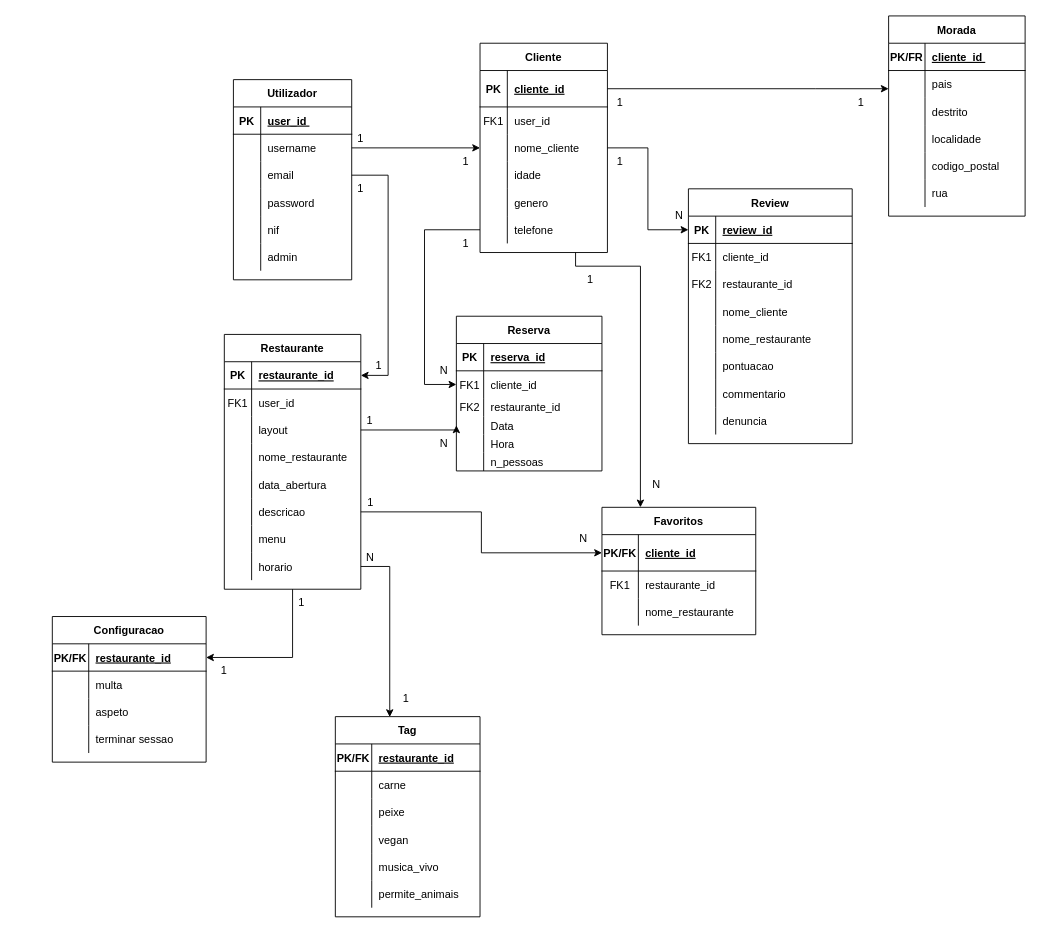
This is Diagramas/Diagrama_ER_updated.drawio from JoaoPCruz/ProjetoIntegrado, a draw.io file, before an edit. Source tidied: cells renumbered, new cells numbered last; positions are measured from the earlier drawing's top-left corner, leaving out a move shared by most shapes. Both pictures are drawn from the tidied source at 91%, with x=0, y=0 at pixel (52, 15).
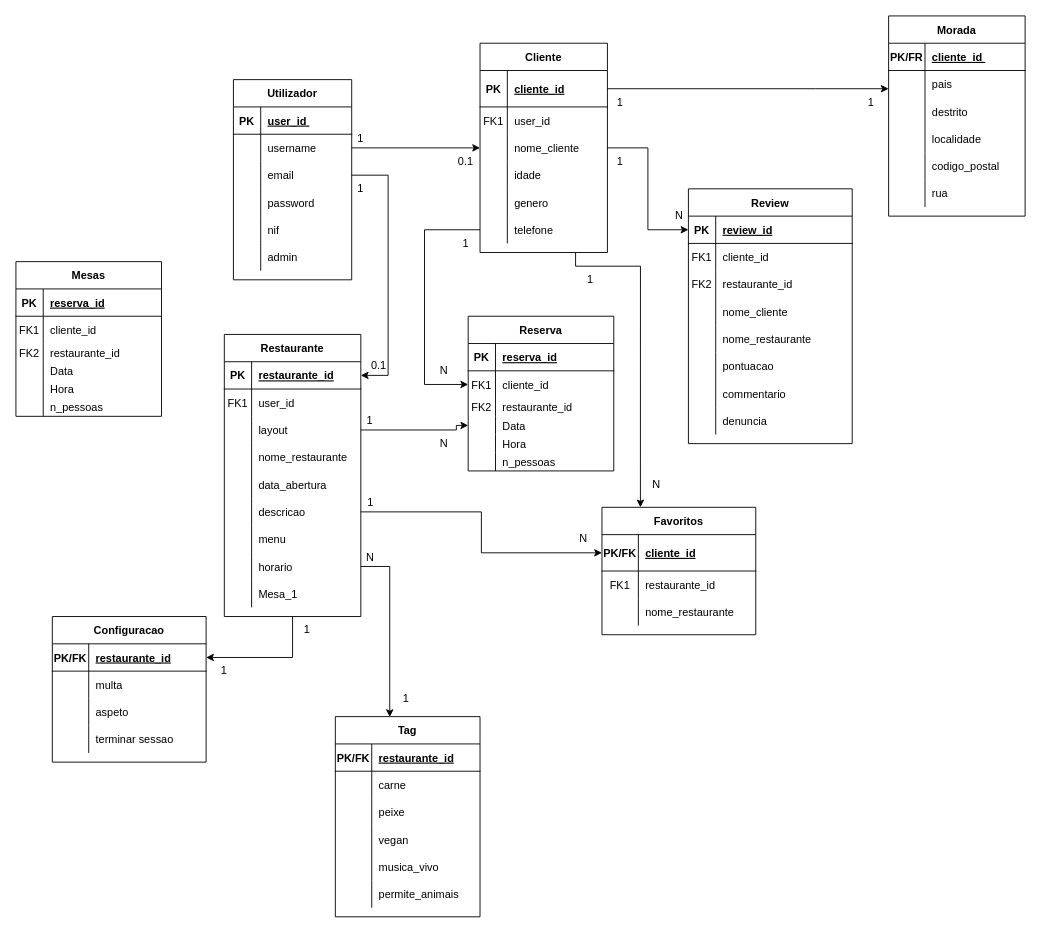
The same page after the edit.

Diff of the diagram source:
```diff
@@
     <mxCell id="2" value="1" style="text;html=1;strokeColor=none;fillColor=none;align=center;verticalAlign=middle;whiteSpace=wrap;rounded=0;" parent="1" vertex="1">
-      <mxGeometry x="859" y="80" width="60" height="30" as="geometry" />
+      <mxGeometry x="870" y="80" width="60" height="30" as="geometry" />
     </mxCell>
@@
     <mxCell id="24" value="Restaurante" style="shape=table;startSize=30;childLayout=tableLayout;rowLines=0;fontStyle=1;align=center;" parent="1" vertex="1">
-      <mxGeometry x="189" y="350" width="150" height="280" as="geometry" />
+      <mxGeometry x="189" y="350" width="150" height="310" as="geometry" />
     </mxCell>
@@
+    <mxCell id="200" style="shape=partialRectangle;fillColor=none;top=0;left=0;right=0;bottom=0;" parent="24" vertex="1">
+      <mxGeometry y="270" width="150" height="30" as="geometry" />
+    </mxCell>
+    <mxCell id="201" style="shape=partialRectangle;overflow=hidden;fillColor=none;top=0;left=0;bottom=0;right=0;" parent="200" vertex="1">
+      <mxGeometry width="30" height="30" as="geometry" />
+    </mxCell>
+    <mxCell id="202" value="Mesa_1" style="shape=partialRectangle;overflow=hidden;fillColor=none;top=0;left=0;bottom=0;right=0;align=left;spacingLeft=6;" parent="200" vertex="1">
+      <mxGeometry x="30" width="120" height="30" as="geometry" />
+    </mxCell>
@@
     <mxCell id="88" value="Reserva" style="shape=table;startSize=30;childLayout=tableLayout;rowLines=0;fontStyle=1;align=center;" parent="1" vertex="1">
-      <mxGeometry x="444" y="330" width="160" height="170" as="geometry" />
+      <mxGeometry x="457" y="330" width="160" height="170" as="geometry" />
     </mxCell>
@@
     <mxCell id="188" value="1" style="text;html=1;strokeColor=none;fillColor=none;align=center;verticalAlign=middle;whiteSpace=wrap;rounded=0;" parent="1" vertex="1">
-      <mxGeometry x="243.5" y="630" width="60" height="30" as="geometry" />
+      <mxGeometry x="250" y="660" width="60" height="30" as="geometry" />
     </mxCell>
@@
-    <mxCell id="191" value="1" style="text;html=1;strokeColor=none;fillColor=none;align=center;verticalAlign=middle;whiteSpace=wrap;rounded=0;" parent="1" vertex="1">
+    <mxCell id="191" value="0.1" style="text;html=1;strokeColor=none;fillColor=none;align=center;verticalAlign=middle;whiteSpace=wrap;rounded=0;" parent="1" vertex="1">
       <mxGeometry x="444" y="150" width="21" height="20" as="geometry" />
     </mxCell>
@@
-    <mxCell id="193" value="1" style="text;html=1;strokeColor=none;fillColor=none;align=center;verticalAlign=middle;whiteSpace=wrap;rounded=0;" parent="1" vertex="1">
+    <mxCell id="193" value="0.1" style="text;html=1;strokeColor=none;fillColor=none;align=center;verticalAlign=middle;whiteSpace=wrap;rounded=0;" parent="1" vertex="1">
       <mxGeometry x="349" y="370" width="20" height="30" as="geometry" />
     </mxCell>
@@
+    <mxCell id="203" value="Mesas" style="shape=table;startSize=30;childLayout=tableLayout;rowLines=0;fontStyle=1;align=center;" parent="1" vertex="1">
+      <mxGeometry x="-40" y="270" width="160" height="170" as="geometry" />
+    </mxCell>
+    <mxCell id="204" style="shape=partialRectangle;fillColor=none;top=0;left=0;right=0;bottom=1;" parent="203" vertex="1">
+      <mxGeometry y="30" width="160" height="30" as="geometry" />
+    </mxCell>
+    <mxCell id="205" value="PK" style="shape=partialRectangle;overflow=hidden;fillColor=none;top=0;left=0;bottom=0;right=0;fontStyle=1;" parent="204" vertex="1">
+      <mxGeometry width="30" height="30" as="geometry" />
+    </mxCell>
+    <mxCell id="206" value="reserva_id" style="shape=partialRectangle;overflow=hidden;fillColor=none;top=0;left=0;bottom=0;right=0;align=left;spacingLeft=6;fontStyle=5;" parent="204" vertex="1">
+      <mxGeometry x="30" width="130" height="30" as="geometry" />
+    </mxCell>
+    <mxCell id="207" style="shape=partialRectangle;fillColor=none;top=0;left=0;right=0;bottom=0;" parent="203" vertex="1">
+      <mxGeometry y="60" width="160" height="30" as="geometry" />
+    </mxCell>
+    <mxCell id="208" value="FK1" style="shape=partialRectangle;overflow=hidden;fillColor=none;top=0;left=0;bottom=0;right=0;" parent="207" vertex="1">
+      <mxGeometry width="30" height="30" as="geometry" />
+    </mxCell>
+    <mxCell id="209" value="cliente_id" style="shape=partialRectangle;overflow=hidden;fillColor=none;top=0;left=0;bottom=0;right=0;align=left;spacingLeft=6;" parent="207" vertex="1">
+      <mxGeometry x="30" width="130" height="30" as="geometry" />
+    </mxCell>
+    <mxCell id="210" style="shape=partialRectangle;fillColor=none;top=0;left=0;right=0;bottom=0;" parent="203" vertex="1">
+      <mxGeometry y="90" width="160" height="20" as="geometry" />
+    </mxCell>
+    <mxCell id="211" value="FK2" style="shape=partialRectangle;overflow=hidden;fillColor=none;top=0;left=0;bottom=0;right=0;" parent="210" vertex="1">
+      <mxGeometry width="30" height="20" as="geometry" />
+    </mxCell>
+    <mxCell id="212" value="restaurante_id" style="shape=partialRectangle;overflow=hidden;fillColor=none;top=0;left=0;bottom=0;right=0;align=left;spacingLeft=6;" parent="210" vertex="1">
+      <mxGeometry x="30" width="130" height="20" as="geometry" />
+    </mxCell>
+    <mxCell id="213" style="shape=partialRectangle;fillColor=none;top=0;left=0;right=0;bottom=0;" parent="203" vertex="1">
+      <mxGeometry y="110" width="160" height="20" as="geometry" />
+    </mxCell>
+    <mxCell id="214" style="shape=partialRectangle;overflow=hidden;fillColor=none;top=0;left=0;bottom=0;right=0;" parent="213" vertex="1">
+      <mxGeometry width="30" height="20" as="geometry" />
+    </mxCell>
+    <mxCell id="215" value="Data" style="shape=partialRectangle;overflow=hidden;fillColor=none;top=0;left=0;bottom=0;right=0;align=left;spacingLeft=6;" parent="213" vertex="1">
+      <mxGeometry x="30" width="130" height="20" as="geometry" />
+    </mxCell>
+    <mxCell id="216" style="shape=partialRectangle;fillColor=none;top=0;left=0;right=0;bottom=0;" parent="203" vertex="1">
+      <mxGeometry y="130" width="160" height="20" as="geometry" />
+    </mxCell>
+    <mxCell id="217" style="shape=partialRectangle;overflow=hidden;fillColor=none;top=0;left=0;bottom=0;right=0;" parent="216" vertex="1">
+      <mxGeometry width="30" height="20" as="geometry" />
+    </mxCell>
+    <mxCell id="218" value="Hora" style="shape=partialRectangle;overflow=hidden;fillColor=none;top=0;left=0;bottom=0;right=0;align=left;spacingLeft=6;" parent="216" vertex="1">
+      <mxGeometry x="30" width="130" height="20" as="geometry" />
+    </mxCell>
+    <mxCell id="219" style="shape=partialRectangle;fillColor=none;top=0;left=0;right=0;bottom=0;" parent="203" vertex="1">
+      <mxGeometry y="150" width="160" height="20" as="geometry" />
+    </mxCell>
+    <mxCell id="220" style="shape=partialRectangle;overflow=hidden;fillColor=none;top=0;left=0;bottom=0;right=0;" parent="219" vertex="1">
+      <mxGeometry width="30" height="20" as="geometry" />
+    </mxCell>
+    <mxCell id="221" value="n_pessoas" style="shape=partialRectangle;overflow=hidden;fillColor=none;top=0;left=0;bottom=0;right=0;align=left;spacingLeft=6;" parent="219" vertex="1">
+      <mxGeometry x="30" width="130" height="20" as="geometry" />
+    </mxCell>
```
